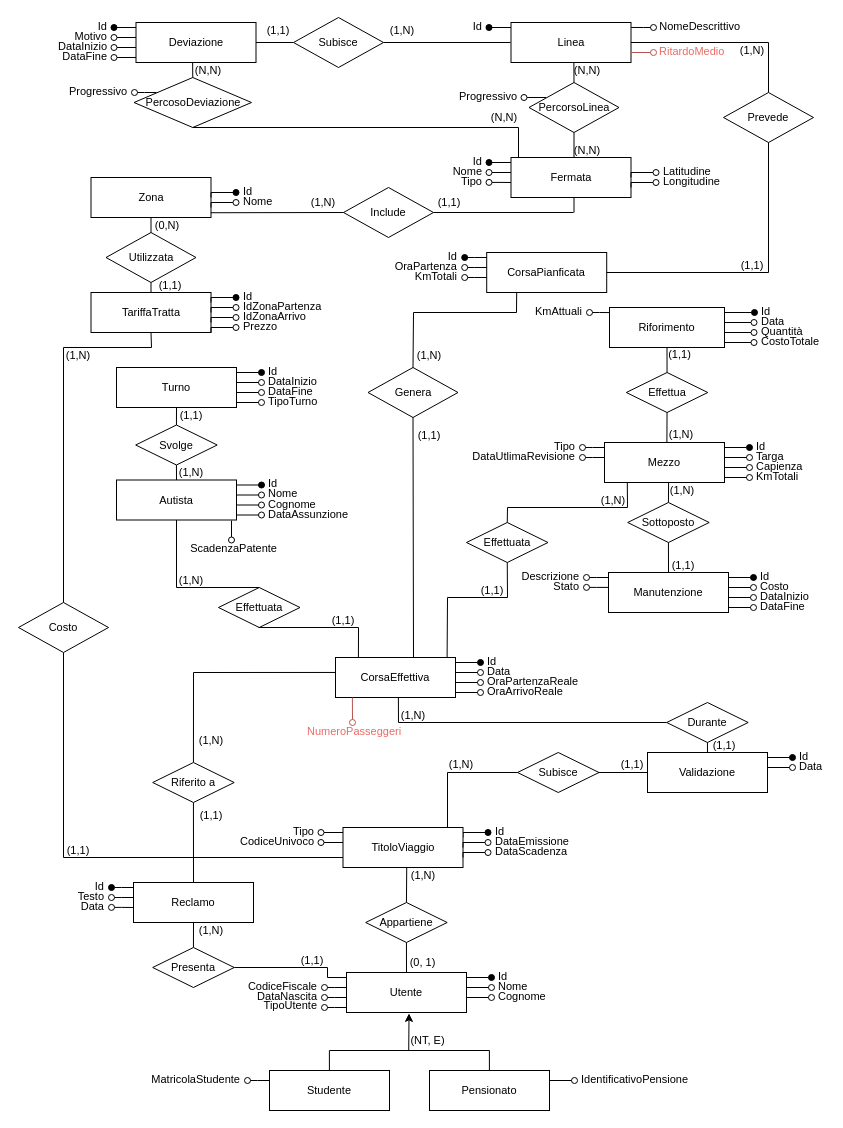
This is 2102 basi-di-dati/progetto/Schemi.drawio from AndreaGirlando/Uni, a draw.io file, before an edit. Source tidied: cells renumbered, new cells numbered last; positions are measured from the earlier drawing's top-left corner, leaving out a move shared by most shapes. Both pictures are drawn from the tidied source at 100%, with x=0, y=0 at pixel (17, 17).
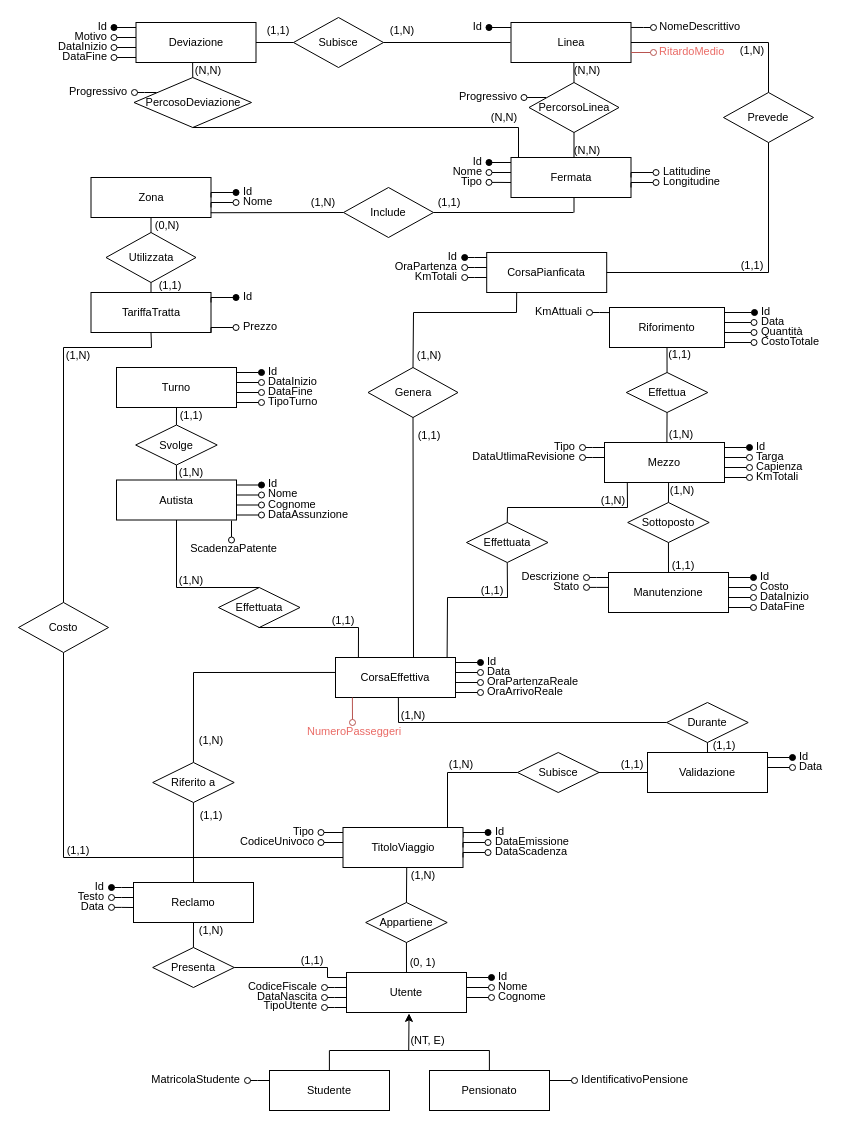
The same diagram, later.

The edit, as a diff of the source:
```diff
@@
-    <mxCell id="215" value="&lt;span&gt;IdZonaPartenza&lt;/span&gt;" style="text;html=1;align=left;verticalAlign=middle;whiteSpace=wrap;rounded=0;spacingLeft=5;spacingBottom=2;fontSize=11;" parent="1" vertex="1">
-      <mxGeometry x="218.5" y="285" width="30" height="10" as="geometry" />
-    </mxCell>
-    <mxCell id="216" style="edgeStyle=orthogonalEdgeStyle;rounded=0;jettySize=auto;html=1;exitX=0;exitY=0.5;exitDx=0;exitDy=0;startArrow=oval;startFill=0;endArrow=none;endFill=0;fontSize=11;" parent="1" edge="1" source="215">
-      <mxGeometry relative="1" as="geometry">
-        <mxPoint x="193.5" y="295" as="targetPoint" />
-        <Array as="points">
-          <mxPoint x="193.5" y="290" />
-        </Array>
-      </mxGeometry>
-    </mxCell>
@@
-    <mxCell id="218" value="&lt;span&gt;IdZonaArrivo&lt;/span&gt;" style="text;html=1;align=left;verticalAlign=middle;whiteSpace=wrap;rounded=0;spacingLeft=5;spacingBottom=2;fontSize=11;" parent="1" vertex="1">
-      <mxGeometry x="218.5" y="295" width="30" height="10" as="geometry" />
-    </mxCell>
-    <mxCell id="219" style="edgeStyle=orthogonalEdgeStyle;rounded=0;jettySize=auto;html=1;exitX=0;exitY=0.5;exitDx=0;exitDy=0;startArrow=oval;startFill=0;endArrow=none;endFill=0;fontSize=11;" parent="1" edge="1" source="218">
-      <mxGeometry relative="1" as="geometry">
-        <mxPoint x="193.5" y="305" as="targetPoint" />
-        <Array as="points">
-          <mxPoint x="193.5" y="300" />
-        </Array>
-      </mxGeometry>
-    </mxCell>
```
